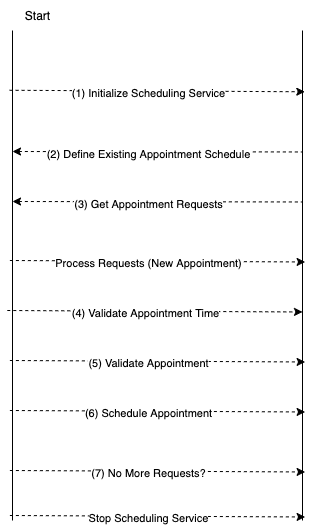
Earlier version of the draw.io export ProgramDesign.png (YuiZoldyck/Brevium-Interview). Source tidied: cells renumbered, new cells last; positions are measured from the earlier drawing's top-left corner, leaving out a move shared by most shapes.
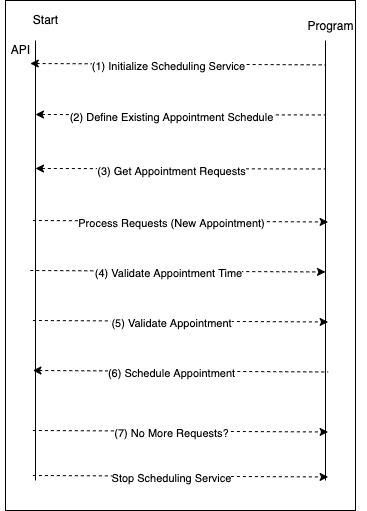
The same diagram one commit later.

Diff of the diagram source:
```diff
@@ -2,22 +2,28 @@
   <root>
     <mxCell id="0" />
     <mxCell id="1" parent="0" />
+    <mxCell id="22" style="rounded=0;whiteSpace=wrap;html=1;" parent="1" vertex="1">
+      <mxGeometry x="-25" y="40" width="350" height="510" as="geometry" />
+    </mxCell>
     <mxCell id="2" style="shape=partialRectangle;whiteSpace=wrap;html=1;top=0;bottom=0;fillColor=none;" parent="1" vertex="1">
-      <mxGeometry x="5" y="30" width="290" height="490" as="geometry" />
+      <mxGeometry x="5" y="80" width="290" height="440" as="geometry" />
     </mxCell>
     <mxCell id="3" value="Start" style="text;html=1;align=center;verticalAlign=middle;strokeColor=none;fillColor=none;" parent="1" vertex="1">
-      <mxGeometry x="5" width="50" height="30" as="geometry" />
+      <mxGeometry x="-10" y="44" width="50" height="30" as="geometry" />
     </mxCell>
-    <mxCell id="4" style="endArrow=classic;dashed=1;html=1;rounded=0;exitX=-0.01;exitY=0.122;exitDx=0;exitDy=0;exitPerimeter=0;entryX=1.008;entryY=0.125;entryDx=0;entryDy=0;entryPerimeter=0;endFill=1;" parent="1" edge="1" source="2" target="2">
-      <mxGeometry relative="1" as="geometry" />
+    <mxCell id="4" style="endArrow=none;dashed=1;html=1;rounded=0;exitX=-0.01;exitY=0.122;exitDx=0;exitDy=0;exitPerimeter=0;entryX=1.008;entryY=0.125;entryDx=0;entryDy=0;entryPerimeter=0;endFill=0;startArrow=classic;startFill=1;" parent="1" edge="1">
+      <mxGeometry relative="1" as="geometry">
+        <mxPoint x="-0.2" y="103" as="sourcePoint" />
+        <mxPoint x="295" y="104.4" as="targetPoint" />
+      </mxGeometry>
     </mxCell>
     <mxCell id="5" value="(1) Initialize Scheduling Service" style="edgeLabel;html=1;align=center;verticalAlign=middle;" parent="4" vertex="1">
       <mxGeometry x="-0.06" y="-2" relative="1" as="geometry" />
     </mxCell>
     <mxCell id="6" style="endArrow=none;dashed=1;html=1;rounded=0;entryX=1.008;entryY=0.125;entryDx=0;entryDy=0;entryPerimeter=0;startArrow=classic;startFill=1;" parent="1" edge="1">
       <mxGeometry relative="1" as="geometry">
-        <mxPoint x="5" y="151" as="sourcePoint" />
-        <mxPoint x="295" y="151.5" as="targetPoint" />
+        <mxPoint x="5" y="154" as="sourcePoint" />
+        <mxPoint x="295" y="154.5" as="targetPoint" />
       </mxGeometry>
     </mxCell>
     <mxCell id="7" value="(2) Define Existing Appointment Schedule" style="edgeLabel;html=1;align=center;verticalAlign=middle;" parent="6" vertex="1">
@@ -25,8 +31,8 @@
     </mxCell>
     <mxCell id="8" style="endArrow=none;dashed=1;html=1;rounded=0;entryX=1.008;entryY=0.125;entryDx=0;entryDy=0;entryPerimeter=0;startArrow=classic;startFill=1;" parent="1" edge="1">
       <mxGeometry relative="1" as="geometry">
-        <mxPoint x="5" y="201" as="sourcePoint" />
-        <mxPoint x="295" y="201.5" as="targetPoint" />
+        <mxPoint x="5" y="208" as="sourcePoint" />
+        <mxPoint x="295" y="208.5" as="targetPoint" />
       </mxGeometry>
     </mxCell>
     <mxCell id="9" value="(3) Get Appointment Requests" style="edgeLabel;html=1;align=center;verticalAlign=middle;" parent="8" vertex="1">
@@ -59,7 +65,7 @@
     <mxCell id="15" value="(5) Validate Appointment" style="edgeLabel;html=1;align=center;verticalAlign=middle;" parent="14" vertex="1">
       <mxGeometry x="-0.06" y="-2" relative="1" as="geometry" />
     </mxCell>
-    <mxCell id="16" style="endArrow=classic;dashed=1;html=1;rounded=0;exitX=-0.01;exitY=0.122;exitDx=0;exitDy=0;exitPerimeter=0;entryX=1.008;entryY=0.125;entryDx=0;entryDy=0;entryPerimeter=0;endFill=1;" parent="1" edge="1">
+    <mxCell id="16" style="endArrow=none;dashed=1;html=1;rounded=0;exitX=-0.01;exitY=0.122;exitDx=0;exitDy=0;exitPerimeter=0;entryX=1.008;entryY=0.125;entryDx=0;entryDy=0;entryPerimeter=0;endFill=0;startArrow=classic;startFill=1;" parent="1" edge="1">
       <mxGeometry relative="1" as="geometry">
         <mxPoint x="2.4" y="410" as="sourcePoint" />
         <mxPoint x="297.6" y="411.5" as="targetPoint" />
@@ -86,5 +92,11 @@
     <mxCell id="21" value="Stop Scheduling Service" style="edgeLabel;html=1;align=center;verticalAlign=middle;" parent="20" vertex="1">
       <mxGeometry x="-0.06" y="-2" relative="1" as="geometry" />
     </mxCell>
+    <mxCell id="23" value="API" style="text;html=1;align=center;verticalAlign=middle;strokeColor=none;fillColor=none;" parent="1" vertex="1">
+      <mxGeometry x="-30" y="74" width="40" height="30" as="geometry" />
+    </mxCell>
+    <mxCell id="24" value="Program" style="text;html=1;align=center;verticalAlign=middle;strokeColor=none;fillColor=none;" parent="1" vertex="1">
+      <mxGeometry x="265" y="50" width="70" height="30" as="geometry" />
+    </mxCell>
   </root>
 </mxGraphModel>
```
